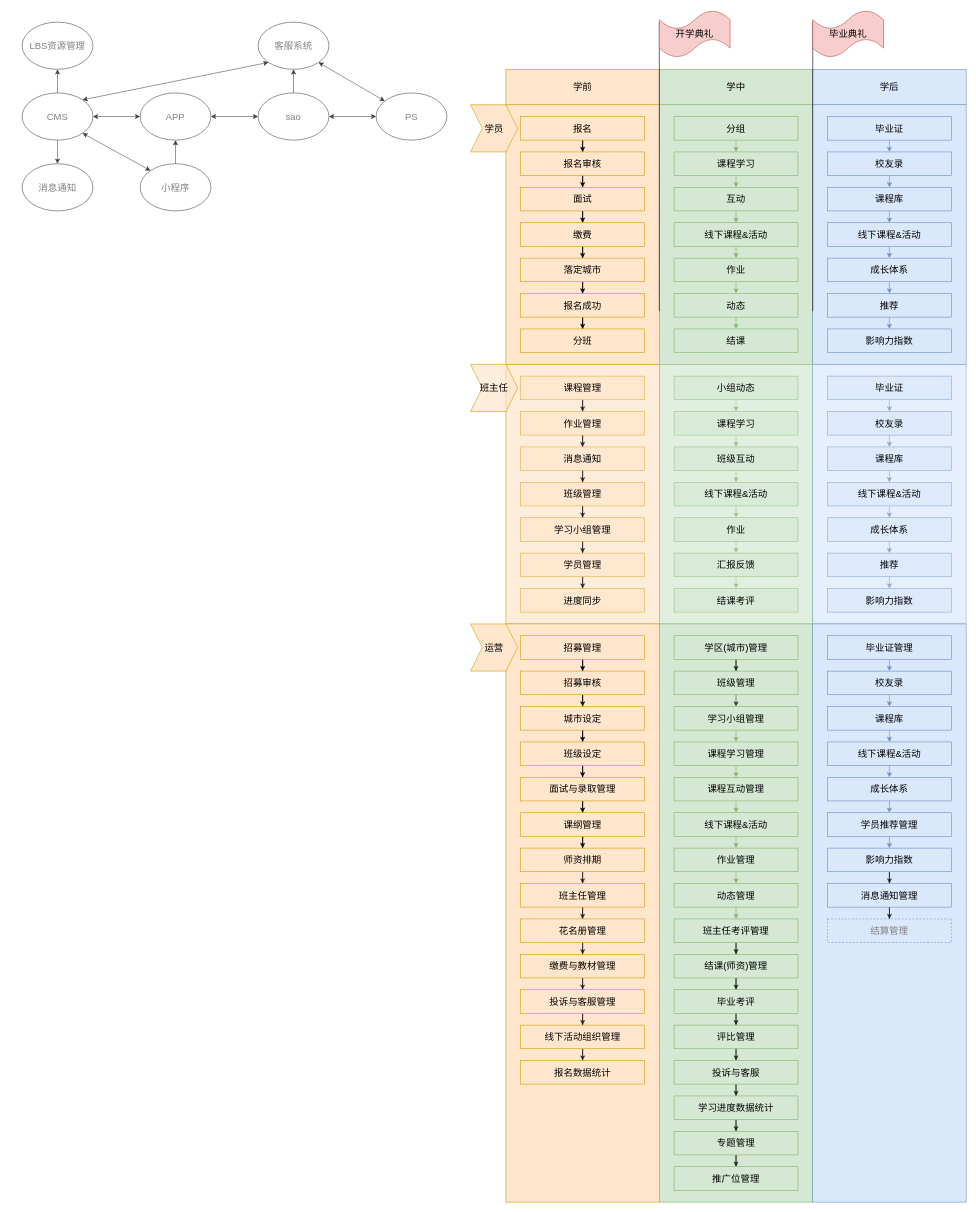
Earlier version of the draw.io diagram DDdaxue.drawio (HunkJia/HUNK). Source tidied: cells renumbered, new cells numbered last; positions are measured from the earlier drawing's top-left corner, leaving out a move shared by most shapes. Both pictures are drawn from the tidied source at 59%, with x=0, y=0 at pixel (22, 10).
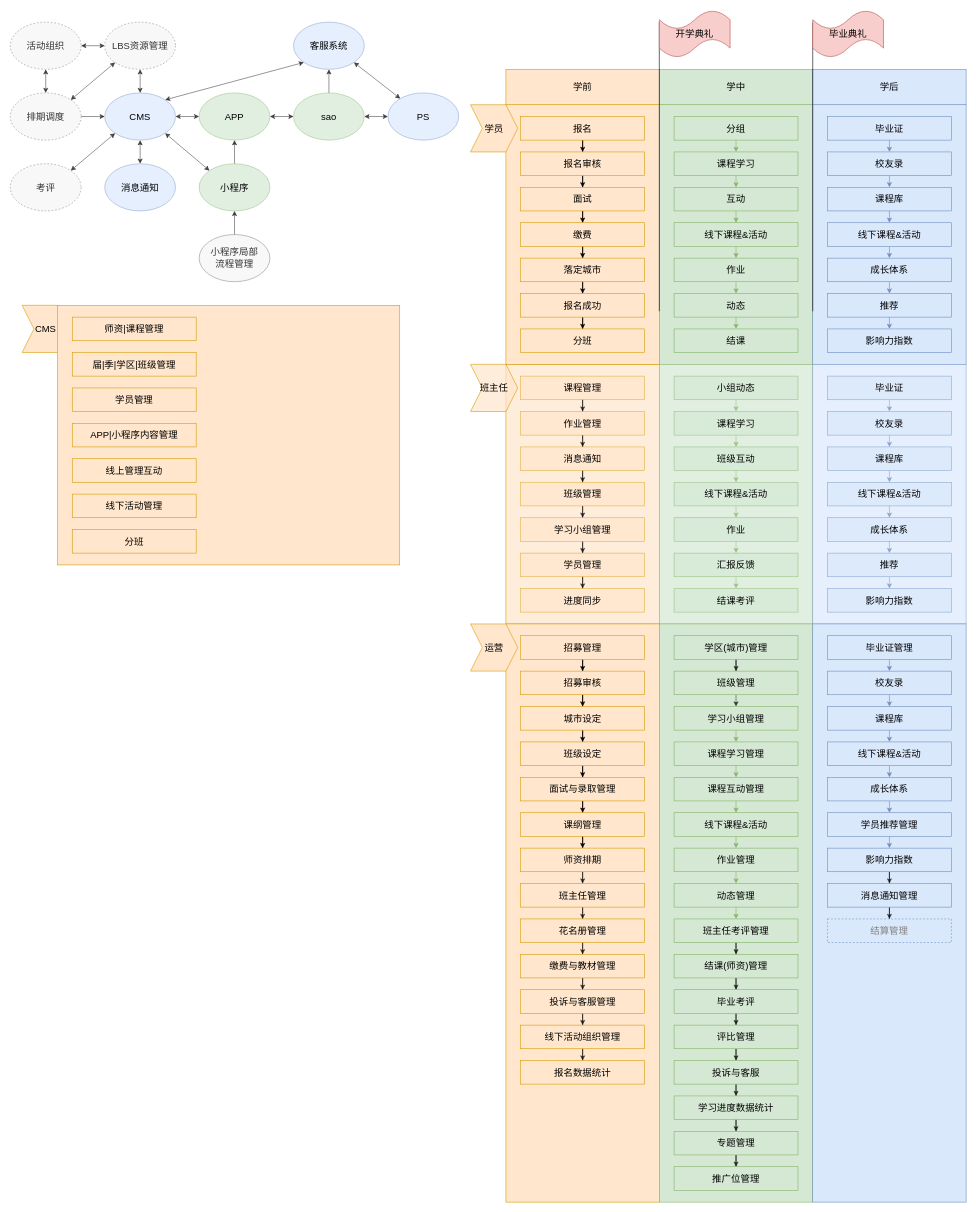
After the change.

Change to the diagram source:
```diff
@@
-    <mxCell id="173" style="edgeStyle=orthogonalEdgeStyle;rounded=0;jettySize=auto;html=1;startArrow=none;startFill=0;fontSize=16;fontColor=#808080;opacity=70;" parent="1" edge="1" source="175" target="177">
+    <mxCell id="173" style="edgeStyle=orthogonalEdgeStyle;rounded=0;jettySize=auto;html=1;startArrow=classic;startFill=1;fontSize=16;fontColor=#808080;opacity=70;" parent="1" edge="1" source="175" target="177">
       <mxGeometry relative="1" as="geometry" />
     </mxCell>
-    <mxCell id="174" style="edgeStyle=orthogonalEdgeStyle;rounded=0;jettySize=auto;html=1;startArrow=none;startFill=0;fontSize=16;fontColor=#808080;opacity=70;" parent="1" edge="1" source="175" target="176">
+    <mxCell id="174" style="edgeStyle=orthogonalEdgeStyle;rounded=0;jettySize=auto;html=1;startArrow=classic;startFill=1;fontSize=16;fontColor=#808080;opacity=70;" parent="1" edge="1" source="175" target="176">
       <mxGeometry relative="1" as="geometry" />
     </mxCell>
+    <mxCell id="190" style="edgeStyle=orthogonalEdgeStyle;rounded=0;jettySize=auto;html=1;startArrow=classic;startFill=1;endArrow=none;endFill=0;fontSize=16;fontColor=#808080;opacity=70;" parent="1" edge="1" source="175" target="191">
+      <mxGeometry relative="1" as="geometry" />
+    </mxCell>
-    <mxCell id="175" value="CMS" style="ellipse;whiteSpace=wrap;html=1;fontSize=16;fontColor=#808080;opacity=70;" parent="1" vertex="1">
-      <mxGeometry y="140" width="120" height="80" as="geometry" />
+    <mxCell id="175" value="CMS" style="ellipse;whiteSpace=wrap;html=1;fontSize=16;opacity=70;fillColor=#dae8fc;strokeColor=#6c8ebf;" parent="1" vertex="1">
+      <mxGeometry x="140" y="140" width="120" height="80" as="geometry" />
     </mxCell>
+    <mxCell id="191" value="排期调度" style="ellipse;whiteSpace=wrap;html=1;fontSize=16;opacity=70;fillColor=#f5f5f5;strokeColor=#666666;fontColor=#333333;dashed=1;" parent="1" vertex="1">
+      <mxGeometry x="-20" y="140" width="120" height="80" as="geometry" />
+    </mxCell>
+    <mxCell id="192" style="edgeStyle=orthogonalEdgeStyle;rounded=0;jettySize=auto;html=1;startArrow=classic;startFill=1;endArrow=classic;endFill=1;fontSize=16;fontColor=#808080;opacity=70;" parent="1" edge="1" source="176" target="197">
+      <mxGeometry relative="1" as="geometry" />
+    </mxCell>
-    <mxCell id="176" value="LBS资源管理" style="ellipse;whiteSpace=wrap;html=1;fontSize=16;fontColor=#808080;opacity=70;" parent="1" vertex="1">
-      <mxGeometry y="20" width="120" height="80" as="geometry" />
+    <mxCell id="176" value="LBS资源管理" style="ellipse;whiteSpace=wrap;html=1;fontSize=16;fontColor=#333333;opacity=70;fillColor=#f5f5f5;strokeColor=#666666;dashed=1;" parent="1" vertex="1">
+      <mxGeometry x="140" y="20" width="120" height="80" as="geometry" />
     </mxCell>
-    <mxCell id="177" value="消息通知" style="ellipse;whiteSpace=wrap;html=1;fontSize=16;fontColor=#808080;opacity=70;" parent="1" vertex="1">
-      <mxGeometry y="260" width="120" height="80" as="geometry" />
+    <mxCell id="177" value="消息通知" style="ellipse;whiteSpace=wrap;html=1;fontSize=16;opacity=70;fillColor=#dae8fc;strokeColor=#6c8ebf;" parent="1" vertex="1">
+      <mxGeometry x="140" y="260" width="120" height="80" as="geometry" />
     </mxCell>
-    <mxCell id="178" value="APP" style="ellipse;whiteSpace=wrap;html=1;fontSize=16;fontColor=#808080;opacity=70;" parent="1" vertex="1">
-      <mxGeometry x="200" y="140" width="120" height="80" as="geometry" />
+    <mxCell id="178" value="APP" style="ellipse;whiteSpace=wrap;html=1;fontSize=16;opacity=70;fillColor=#d5e8d4;strokeColor=#82b366;" parent="1" vertex="1">
+      <mxGeometry x="300" y="140" width="120" height="80" as="geometry" />
     </mxCell>
@@
-    <mxCell id="182" value="sao" style="ellipse;whiteSpace=wrap;html=1;fontSize=16;fontColor=#808080;opacity=70;" parent="1" vertex="1">
-      <mxGeometry x="400" y="140" width="120" height="80" as="geometry" />
+    <mxCell id="182" value="sao" style="ellipse;whiteSpace=wrap;html=1;fontSize=16;opacity=70;fillColor=#d5e8d4;strokeColor=#82b366;" parent="1" vertex="1">
+      <mxGeometry x="460" y="140" width="120" height="80" as="geometry" />
     </mxCell>
-    <mxCell id="183" value="客服系统" style="ellipse;whiteSpace=wrap;html=1;fontSize=16;fontColor=#808080;opacity=70;" parent="1" vertex="1">
-      <mxGeometry x="400" y="20" width="120" height="80" as="geometry" />
+    <mxCell id="183" value="客服系统" style="ellipse;whiteSpace=wrap;html=1;fontSize=16;opacity=70;fillColor=#dae8fc;strokeColor=#6c8ebf;" parent="1" vertex="1">
+      <mxGeometry x="460" y="20" width="120" height="80" as="geometry" />
     </mxCell>
-    <mxCell id="184" value="PS" style="ellipse;whiteSpace=wrap;html=1;fontSize=16;fontColor=#808080;opacity=70;" parent="1" vertex="1">
-      <mxGeometry x="600" y="140" width="120" height="80" as="geometry" />
+    <mxCell id="184" value="PS" style="ellipse;whiteSpace=wrap;html=1;fontSize=16;opacity=70;fillColor=#dae8fc;strokeColor=#6c8ebf;" parent="1" vertex="1">
+      <mxGeometry x="620" y="140" width="120" height="80" as="geometry" />
     </mxCell>
@@
+    <mxCell id="193" style="edgeStyle=orthogonalEdgeStyle;rounded=0;jettySize=auto;html=1;startArrow=classic;startFill=1;fontSize=16;fontColor=#808080;opacity=70;endArrow=none;endFill=0;" parent="1" edge="1" source="186" target="194">
+      <mxGeometry relative="1" as="geometry" />
+    </mxCell>
-    <mxCell id="186" value="小程序" style="ellipse;whiteSpace=wrap;html=1;fontSize=16;fontColor=#808080;opacity=70;" parent="1" vertex="1">
-      <mxGeometry x="200" y="260" width="120" height="80" as="geometry" />
+    <mxCell id="186" value="小程序" style="ellipse;whiteSpace=wrap;html=1;fontSize=16;opacity=70;fillColor=#d5e8d4;strokeColor=#82b366;" parent="1" vertex="1">
+      <mxGeometry x="300" y="260" width="120" height="80" as="geometry" />
     </mxCell>
+    <mxCell id="194" value="小程序局部&lt;br&gt;流程管理" style="ellipse;whiteSpace=wrap;html=1;fontSize=16;opacity=70;fillColor=#f5f5f5;strokeColor=#666666;fontColor=#333333;" parent="1" vertex="1">
+      <mxGeometry x="300" y="380" width="120" height="80" as="geometry" />
+    </mxCell>
@@
+    <mxCell id="195" value="考评" style="ellipse;whiteSpace=wrap;html=1;fontSize=16;opacity=70;fillColor=#f5f5f5;strokeColor=#666666;fontColor=#333333;dashed=1;" parent="1" vertex="1">
+      <mxGeometry x="-20" y="260" width="120" height="80" as="geometry" />
+    </mxCell>
+    <mxCell id="196" style="edgeStyle=orthogonalEdgeStyle;rounded=0;jettySize=auto;html=1;startArrow=classic;startFill=1;endArrow=classic;endFill=1;fontSize=16;fontColor=#808080;opacity=70;" parent="1" edge="1" source="197" target="191">
+      <mxGeometry relative="1" as="geometry" />
+    </mxCell>
+    <mxCell id="197" value="活动组织" style="ellipse;whiteSpace=wrap;html=1;fontSize=16;opacity=70;fillColor=#f5f5f5;strokeColor=#666666;fontColor=#333333;dashed=1;" parent="1" vertex="1">
+      <mxGeometry x="-20" y="20" width="120" height="80" as="geometry" />
+    </mxCell>
+    <mxCell id="198" style="endArrow=classic;startArrow=classic;html=1;fontSize=16;fontColor=#808080;opacity=70;entryX=0;entryY=1;entryDx=0;entryDy=0;exitX=1;exitY=0;exitDx=0;exitDy=0;" parent="1" edge="1" source="191" target="176">
+      <mxGeometry relative="1" as="geometry" />
+    </mxCell>
+    <mxCell id="199" style="endArrow=classic;startArrow=classic;html=1;fontSize=16;fontColor=#808080;opacity=70;entryX=0;entryY=1;entryDx=0;entryDy=0;exitX=1;exitY=0;exitDx=0;exitDy=0;" parent="1" edge="1" source="195" target="175">
+      <mxGeometry relative="1" as="geometry" />
+    </mxCell>
+    <mxCell id="200" value="CMS" style="shape=step;perimeter=stepPerimeter;whiteSpace=wrap;html=1;fixedSize=1;fontSize=16;fillColor=#ffe6cc;strokeColor=#d79b00;" parent="1" vertex="1">
+      <mxGeometry y="500" width="80" height="80" as="geometry" />
+    </mxCell>
+    <mxCell id="201" style="rounded=0;whiteSpace=wrap;html=1;fillColor=#ffe6cc;strokeColor=#d79b00;" parent="1" vertex="1">
+      <mxGeometry x="60" y="500" width="580" height="440" as="geometry" />
+    </mxCell>
+    <mxCell id="202" value="师资|课程管理" style="rounded=0;whiteSpace=wrap;html=1;fontSize=16;fillColor=#ffe6cc;strokeColor=#d79b00;" parent="1" vertex="1">
+      <mxGeometry x="85" y="520" width="210" height="40" as="geometry" />
+    </mxCell>
+    <mxCell id="203" value="届|季|学区|班级管理" style="rounded=0;whiteSpace=wrap;html=1;fontSize=16;fillColor=#ffe6cc;strokeColor=#d79b00;" parent="1" vertex="1">
+      <mxGeometry x="85" y="580" width="210" height="40" as="geometry" />
+    </mxCell>
+    <mxCell id="204" value="学员管理" style="rounded=0;whiteSpace=wrap;html=1;fontSize=16;fillColor=#ffe6cc;strokeColor=#d79b00;" parent="1" vertex="1">
+      <mxGeometry x="85" y="640" width="210" height="40" as="geometry" />
+    </mxCell>
+    <mxCell id="205" value="APP|小程序内容管理" style="rounded=0;whiteSpace=wrap;html=1;fontSize=16;fillColor=#ffe6cc;strokeColor=#d79b00;" parent="1" vertex="1">
+      <mxGeometry x="85" y="700" width="210" height="40" as="geometry" />
+    </mxCell>
+    <mxCell id="206" value="线上管理互动" style="rounded=0;whiteSpace=wrap;html=1;fontSize=16;fillColor=#ffe6cc;strokeColor=#d79b00;" parent="1" vertex="1">
+      <mxGeometry x="85" y="760" width="210" height="40" as="geometry" />
+    </mxCell>
+    <mxCell id="207" value="线下活动管理" style="rounded=0;whiteSpace=wrap;html=1;fontSize=16;fillColor=#ffe6cc;strokeColor=#d79b00;" parent="1" vertex="1">
+      <mxGeometry x="85" y="820" width="210" height="40" as="geometry" />
+    </mxCell>
+    <mxCell id="208" value="分班" style="rounded=0;whiteSpace=wrap;html=1;fontSize=16;fillColor=#ffe6cc;strokeColor=#d79b00;" parent="1" vertex="1">
+      <mxGeometry x="85" y="880" width="210" height="40" as="geometry" />
+    </mxCell>
```
